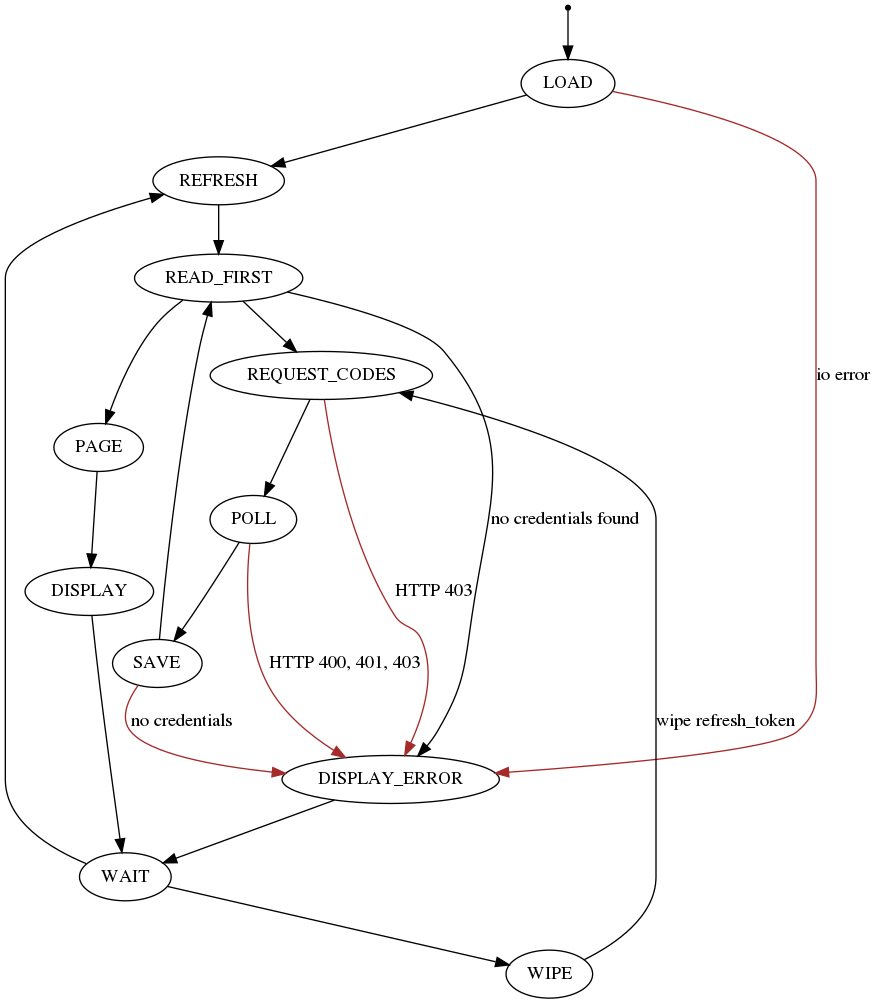
The Graphviz diagram docs/std.png in kieranjwhite/calendar_mirror, before a commit. Its source is kept beside it as docs/std.dot.
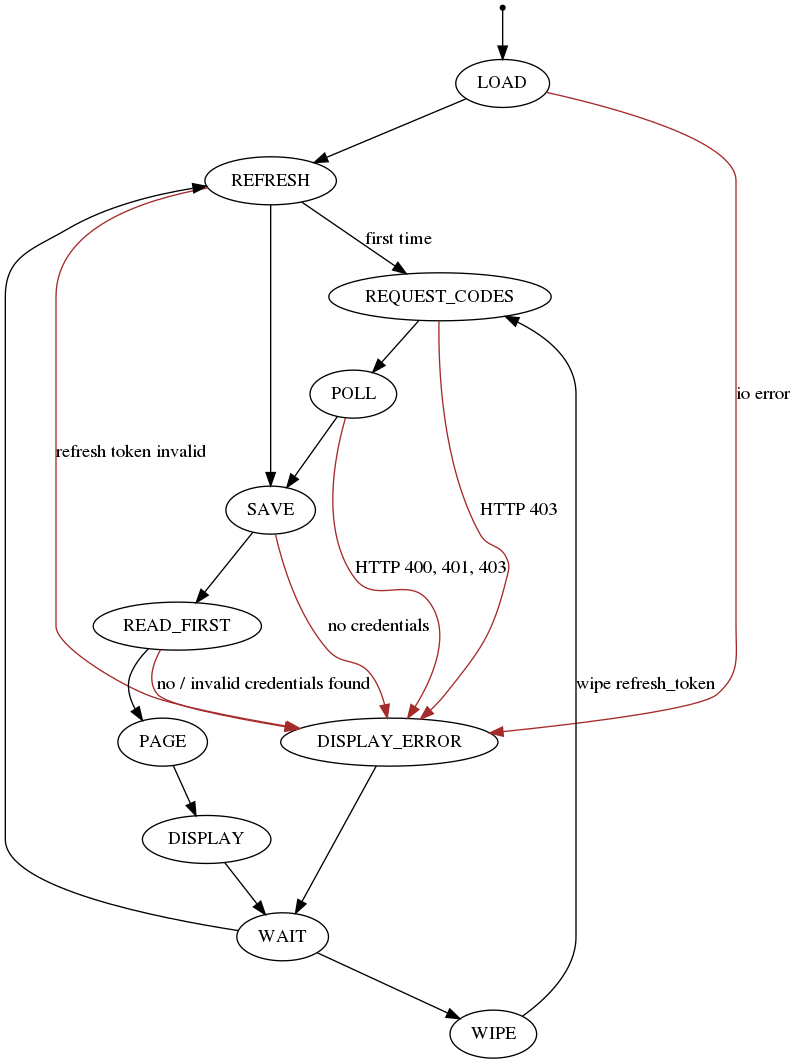
Above is the later version.

Commit message:
added support for refreshing access token

What changed in the source:
```diff
@@ -19,19 +19,20 @@
 "WIPE" [shape="ellipse"];
 
 start -> "LOAD";
-"READ_FIRST" -> "REQUEST_CODES";
+"REFRESH" -> "REQUEST_CODES" [label="first time"];
 "WIPE" -> "REQUEST_CODES" [label="wipe refresh_token"];
 "LOAD" -> "REFRESH";
 "WAIT" -> "REFRESH";
-"REFRESH" -> "READ_FIRST";
 "SAVE" -> "READ_FIRST";
 "REQUEST_CODES" -> "POLL";
 "LOAD" -> "DISPLAY_ERROR" [ label="io error" color="brown"];
 "POLL" -> "DISPLAY_ERROR" [label="HTTP 400, 401, 403" color="brown"];
-"READ_FIRST" -> "DISPLAY_ERROR" [ label="no credentials found"];
+"READ_FIRST" -> "DISPLAY_ERROR" [ label="no / invalid credentials found" color="brown"];
+"REFRESH" -> "DISPLAY_ERROR" [ label="refresh token invalid", color="brown"];
 "REQUEST_CODES" -> "DISPLAY_ERROR" [label="HTTP 403" color="brown"];
 "SAVE" -> "DISPLAY_ERROR" [label="no credentials" color="brown"];
 "POLL" -> "SAVE";
+"REFRESH" -> "SAVE";
 "READ_FIRST" -> "PAGE";
 "PAGE" -> "DISPLAY";
 "DISPLAY_ERROR" -> "WAIT";
```
